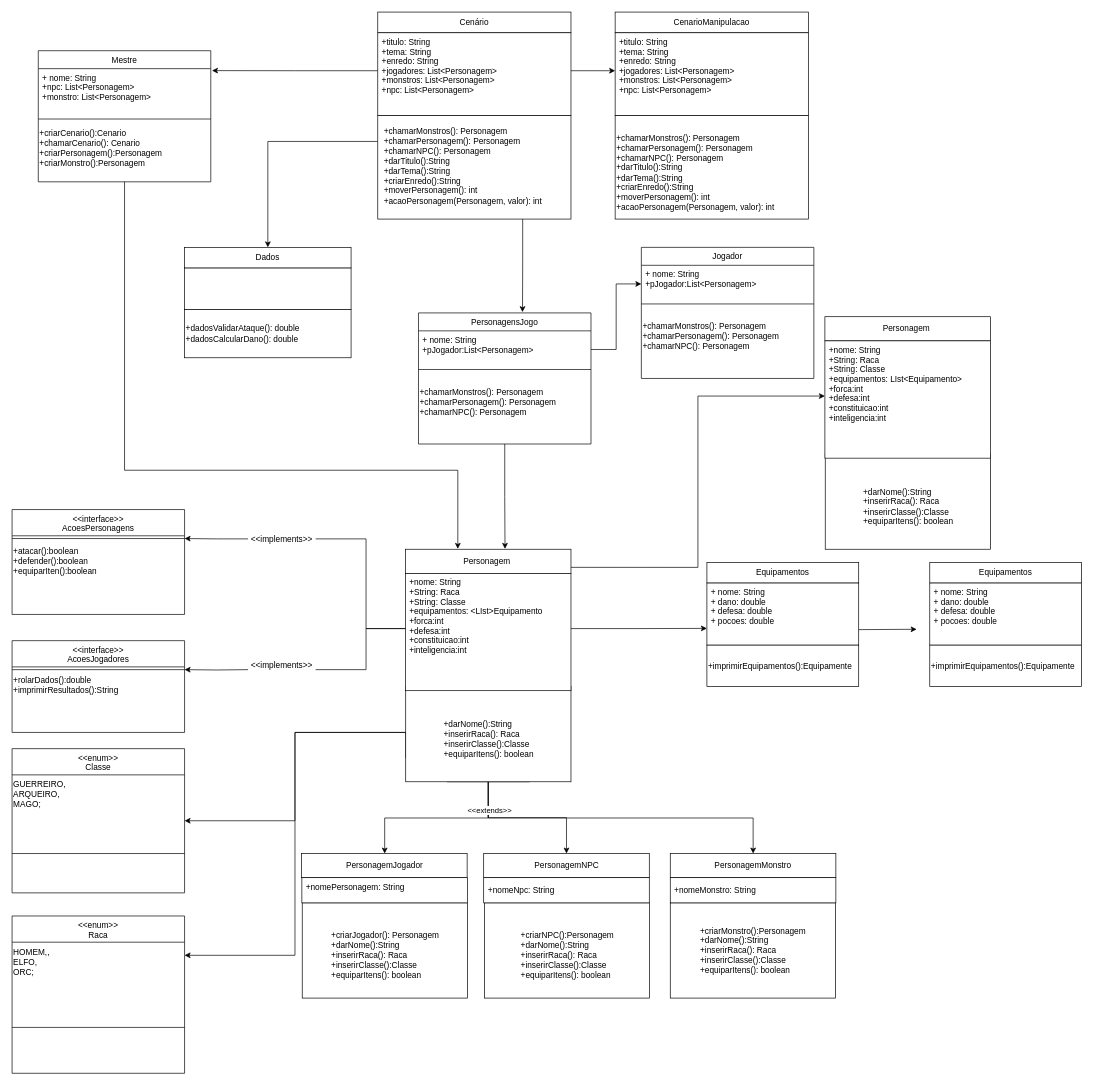
Above: diagrama-trabalho-final-rpg.drawio in MrMoisesNoah/MestresDoRPG-trabalho-programaVemSerDBC (draw.io), before the change. Source tidied: cells renumbered, new cells numbered last; positions are measured from the earlier drawing's top-left corner, leaving out a move shared by most shapes. Both pictures are drawn from the tidied source at 69%, with x=0, y=0 at pixel (12, 12).
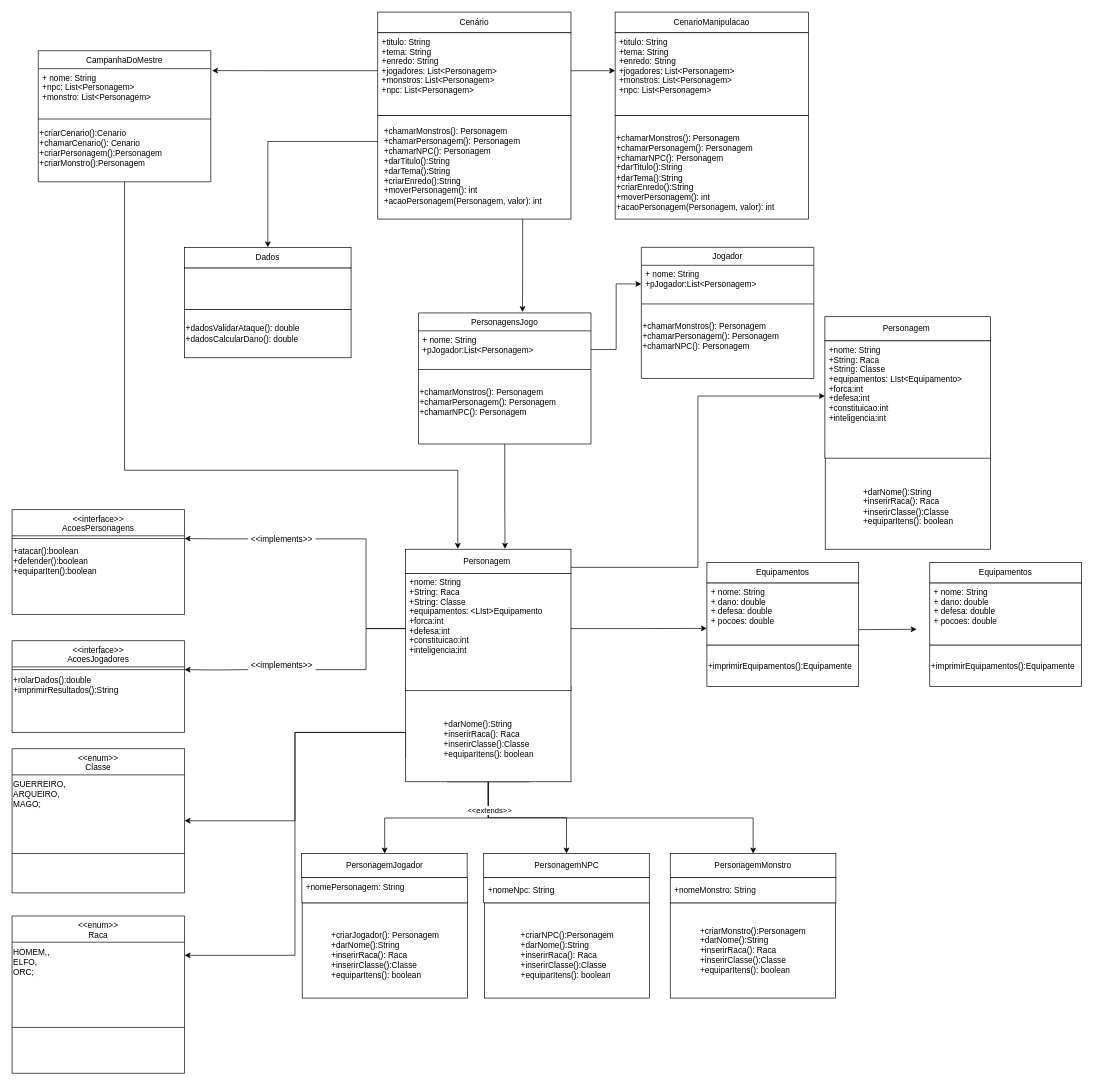
The same diagram, later.

What changed in the source:
```diff
@@
-    <mxCell id="3" value="Mestre" style="swimlane;fontStyle=0;align=center;verticalAlign=top;horizontal=1;startSize=26;rounded=0;shadow=0;strokeWidth=1;" parent="1" vertex="1">
+    <mxCell id="3" value="CampanhaDoMestre" style="swimlane;fontStyle=0;align=center;verticalAlign=top;horizontal=1;startSize=26;rounded=0;shadow=0;strokeWidth=1;" parent="1" vertex="1">
       <mxGeometry x="38" y="56" width="250" height="190" as="geometry" />
     </mxCell>
```
